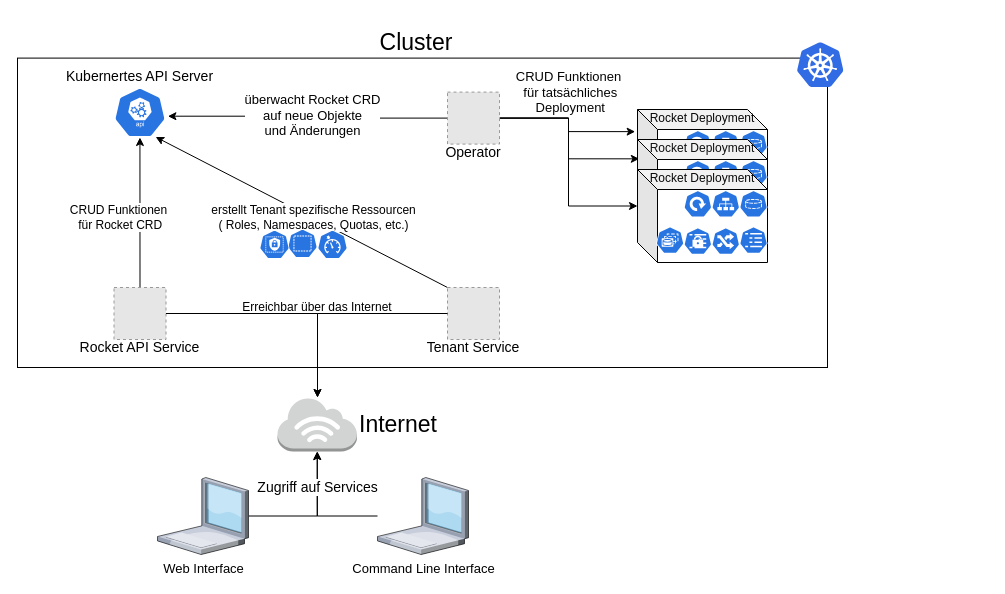
Earlier version of the draw.io diagram gfx/chapters/3_komponenten/saas_architecture.drawio (hown3d/bachelor-thesis). Source tidied: cells renumbered, new cells numbered last; positions are measured from the earlier drawing's top-left corner, leaving out a move shared by most shapes. Both pictures are drawn from the tidied source at 100%, with x=0, y=0 at pixel (17, 17). Pictures stored in the file or linked from it are replaced by grey dashed boxes.
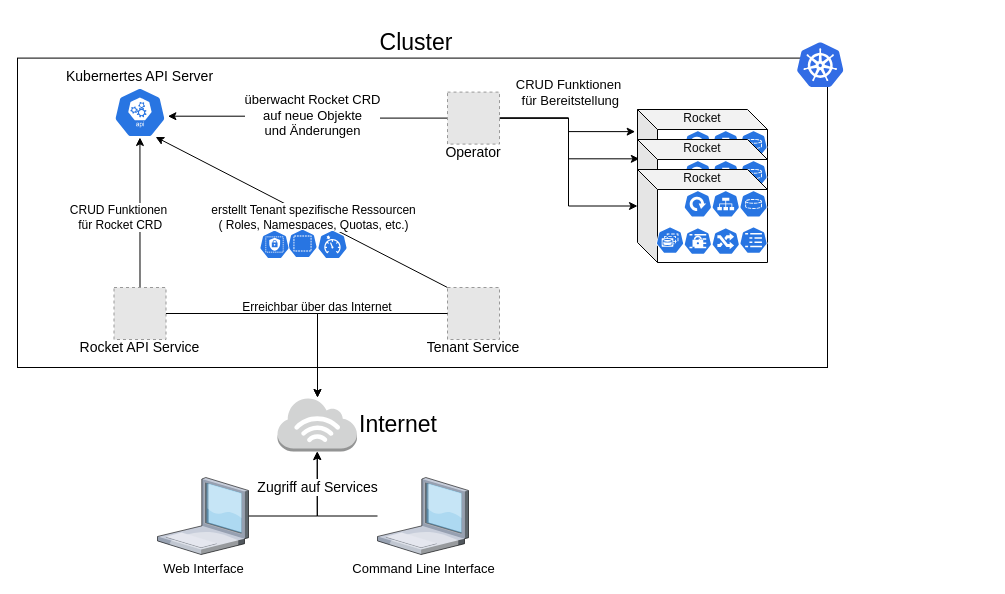
Above is the later version.

The change refers to these unchanged cells:
```xml
<mxCell id="15" style="edgeStyle=orthogonalEdgeStyle;rounded=0;jettySize=auto;html=1;exitX=1;exitY=0.5;exitDx=0;exitDy=0;entryX=0.014;entryY=0.208;entryDx=0;entryDy=0;entryPerimeter=0;fontSize=11;fontColor=#FFFFFF;" parent="3" edge="1" source="18" target="33">
  <mxGeometry relative="1" as="geometry" />
</mxCell>
<mxCell id="23" style="group;" parent="3" vertex="1">
  <mxGeometry x="620" y="62" width="130" height="153" as="geometry" />
</mxCell>
<mxCell id="32" style="group;labelPosition=center;verticalLabelPosition=top;align=center;verticalAlign=bottom;" parent="23" vertex="1">
  <mxGeometry y="30" width="130" height="123" as="geometry" />
</mxCell>
<mxCell id="41" style="group;" parent="32" vertex="1">
  <mxGeometry y="30" width="130" height="93" as="geometry" />
</mxCell>
```

The edit, as a diff of the source:
```diff
@@
-    <mxCell id="16" value="&lt;font style=&quot;font-size: 13px&quot;&gt;CRUD Funktionen&lt;br&gt;&amp;nbsp;für tatsächliches&lt;br&gt;&amp;nbsp;Deployment&lt;/font&gt;" style="edgeLabel;html=1;align=center;verticalAlign=middle;fontSize=11;fontColor=#050505;" parent="15" vertex="1">
+    <mxCell id="16" value="&lt;font style=&quot;font-size: 13px&quot;&gt;CRUD Funktionen&lt;br&gt;&amp;nbsp;für Bereitstellung&lt;br&gt;&lt;/font&gt;" style="edgeLabel;html=1;align=center;verticalAlign=middle;fontSize=11;fontColor=#050505;" parent="15" vertex="1">
       <mxGeometry x="0.24" y="1" relative="1" as="geometry">
         <mxPoint x="-3" y="-66" as="offset" />
       </mxGeometry>
     </mxCell>
@@
-    <mxCell id="24" value="&lt;font color=&quot;#080808&quot; style=&quot;font-size: 12px&quot;&gt;Rocket Deployment&lt;/font&gt;" style="shape=cube;whiteSpace=wrap;html=1;boundedLbl=1;backgroundOutline=1;darkOpacity=0.05;darkOpacity2=0.1;rounded=0;fontSize=11;fontColor=#FFFFFF;spacing=-16;labelPosition=center;verticalLabelPosition=top;align=center;verticalAlign=bottom;" parent="23" vertex="1">
+    <mxCell id="24" value="&lt;font color=&quot;#080808&quot; style=&quot;font-size: 12px&quot;&gt;Rocket&lt;/font&gt;" style="shape=cube;whiteSpace=wrap;html=1;boundedLbl=1;backgroundOutline=1;darkOpacity=0.05;darkOpacity2=0.1;rounded=0;fontSize=11;fontColor=#FFFFFF;spacing=-16;labelPosition=center;verticalLabelPosition=top;align=center;verticalAlign=bottom;" parent="23" vertex="1">
       <mxGeometry width="130" height="93" as="geometry" />
     </mxCell>
@@
-    <mxCell id="33" value="&lt;font color=&quot;#0f0f0f&quot; style=&quot;font-size: 12px&quot;&gt;Rocket Deployment&lt;/font&gt;" style="shape=cube;whiteSpace=wrap;html=1;boundedLbl=1;backgroundOutline=1;darkOpacity=0.05;darkOpacity2=0.1;rounded=0;fontSize=11;fontColor=#FFFFFF;labelPosition=center;verticalLabelPosition=top;align=center;verticalAlign=bottom;spacing=-16;" parent="32" vertex="1">
+    <mxCell id="33" value="&lt;font color=&quot;#0f0f0f&quot; style=&quot;font-size: 12px&quot;&gt;Rocket&lt;/font&gt;" style="shape=cube;whiteSpace=wrap;html=1;boundedLbl=1;backgroundOutline=1;darkOpacity=0.05;darkOpacity2=0.1;rounded=0;fontSize=11;fontColor=#FFFFFF;labelPosition=center;verticalLabelPosition=top;align=center;verticalAlign=bottom;spacing=-16;" parent="32" vertex="1">
       <mxGeometry width="130" height="93" as="geometry" />
     </mxCell>
@@
-    <mxCell id="42" value="&lt;font color=&quot;#0a0a0a&quot; style=&quot;font-size: 12px&quot;&gt;Rocket Deployment&lt;/font&gt;" style="shape=cube;whiteSpace=wrap;html=1;boundedLbl=1;backgroundOutline=1;darkOpacity=0.05;darkOpacity2=0.1;rounded=0;fontSize=11;fontColor=#FFFFFF;spacing=-16;labelPosition=center;verticalLabelPosition=top;align=center;verticalAlign=bottom;" parent="41" vertex="1">
+    <mxCell id="42" value="&lt;font color=&quot;#0a0a0a&quot; style=&quot;font-size: 12px&quot;&gt;Rocket&lt;br&gt;&lt;/font&gt;" style="shape=cube;whiteSpace=wrap;html=1;boundedLbl=1;backgroundOutline=1;darkOpacity=0.05;darkOpacity2=0.1;rounded=0;fontSize=11;fontColor=#FFFFFF;spacing=-16;labelPosition=center;verticalLabelPosition=top;align=center;verticalAlign=bottom;" parent="41" vertex="1">
       <mxGeometry width="130" height="93" as="geometry" />
     </mxCell>
```
